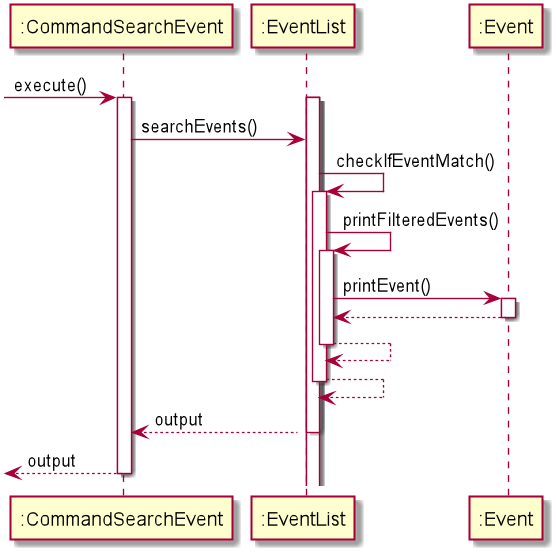
Earlier version of the PlantUML export docs/EventDiagram/SequenceDiagram/CommandSearchEvent.png (nus-cs2113-AY2021S1/tp).
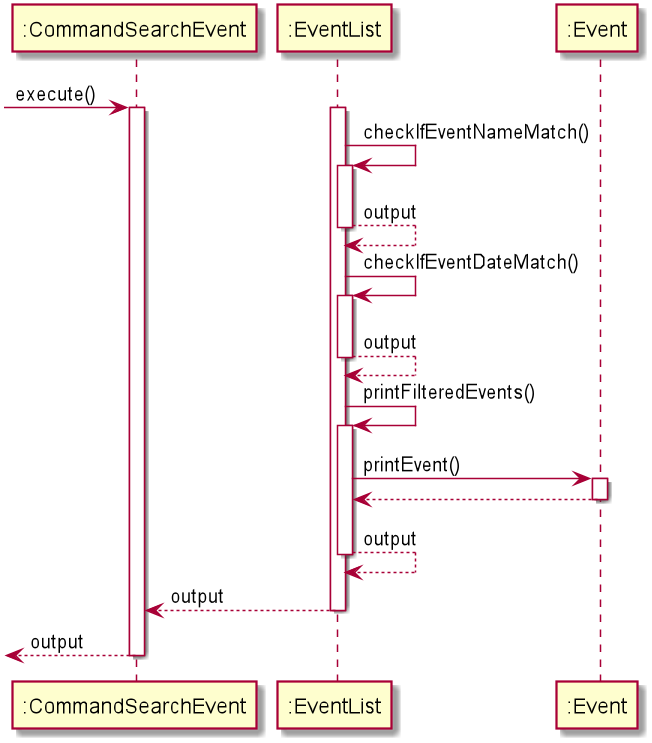
After the commit.

Change to the diagram source:
```diff
@@ -2,25 +2,23 @@
  -> ":CommandSearchEvent" : execute()
 
 activate ":CommandSearchEvent"
+
 activate ":EventList"
+":EventList" -> ":EventList" : checkIfEventNameMatch()
 activate ":EventList"
-":CommandSearchEvent" -> ":EventList":searchEvents()
-
-":EventList" -> ":EventList" : checkIfEventMatch()
+return output
+":EventList" -> ":EventList" : checkIfEventDateMatch()
 activate ":EventList"
+return output
 ":EventList" -> ":EventList" : printFilteredEvents()
 activate ":EventList"
 ":EventList" -> ":Event" : printEvent()
 activate ":Event"
 ":EventList" <-- ":Event"
 deactivate ":Event"
-return
-return
+return output
 ":CommandSearchEvent" <-- ":EventList" : output
 deactivate ":EventList"
-return output
+  <-- ":CommandSearchEvent" : output
 deactivate ":CommandSearchEvent"
-
-
-
 @enduml
```
